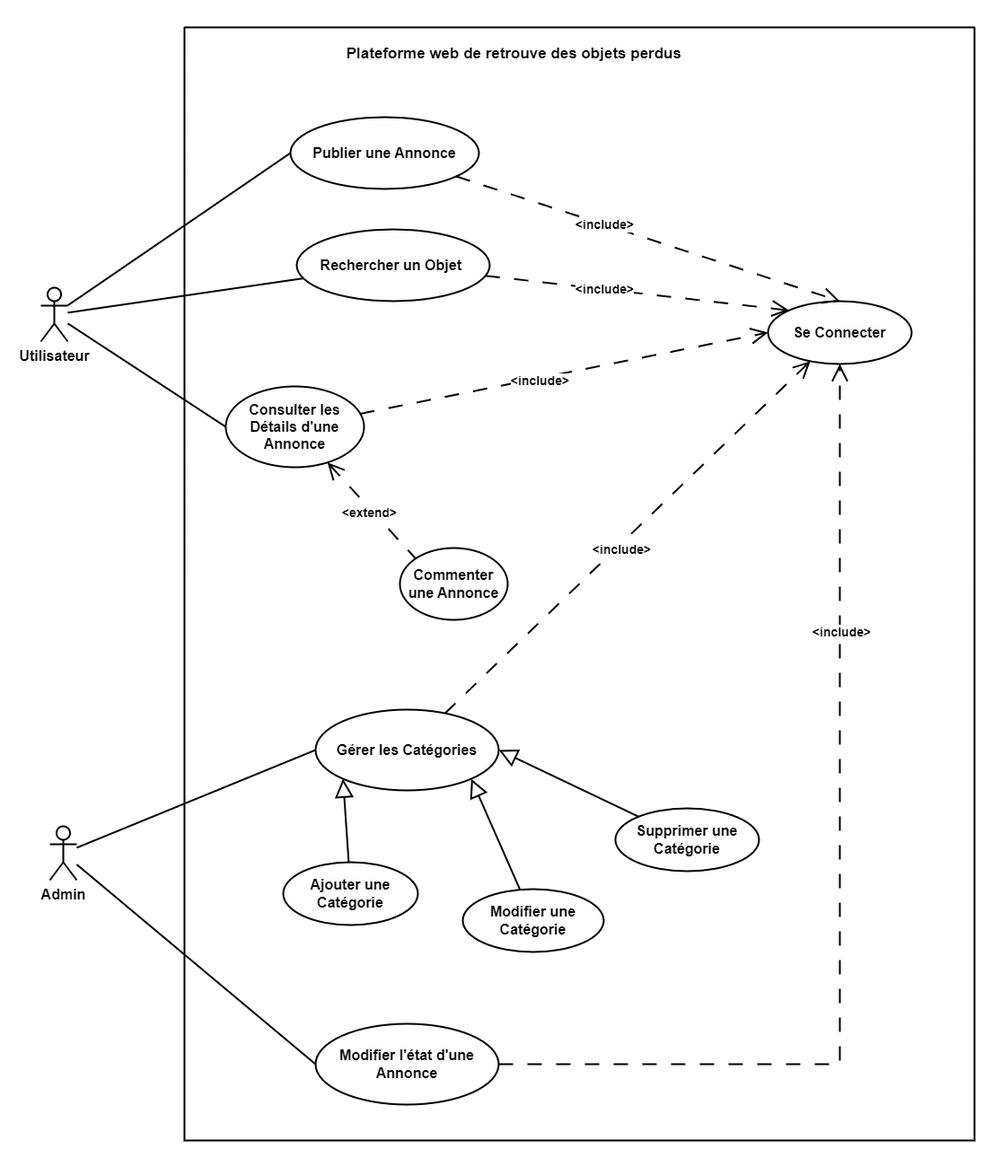
Above: diagrams/Use Case.png in ABDELHAFIDAIT/Lost-Found (draw.io), before the change. Source tidied: cells renumbered, new cells last; positions are measured from the earlier drawing's top-left corner, leaving out a move shared by most shapes.
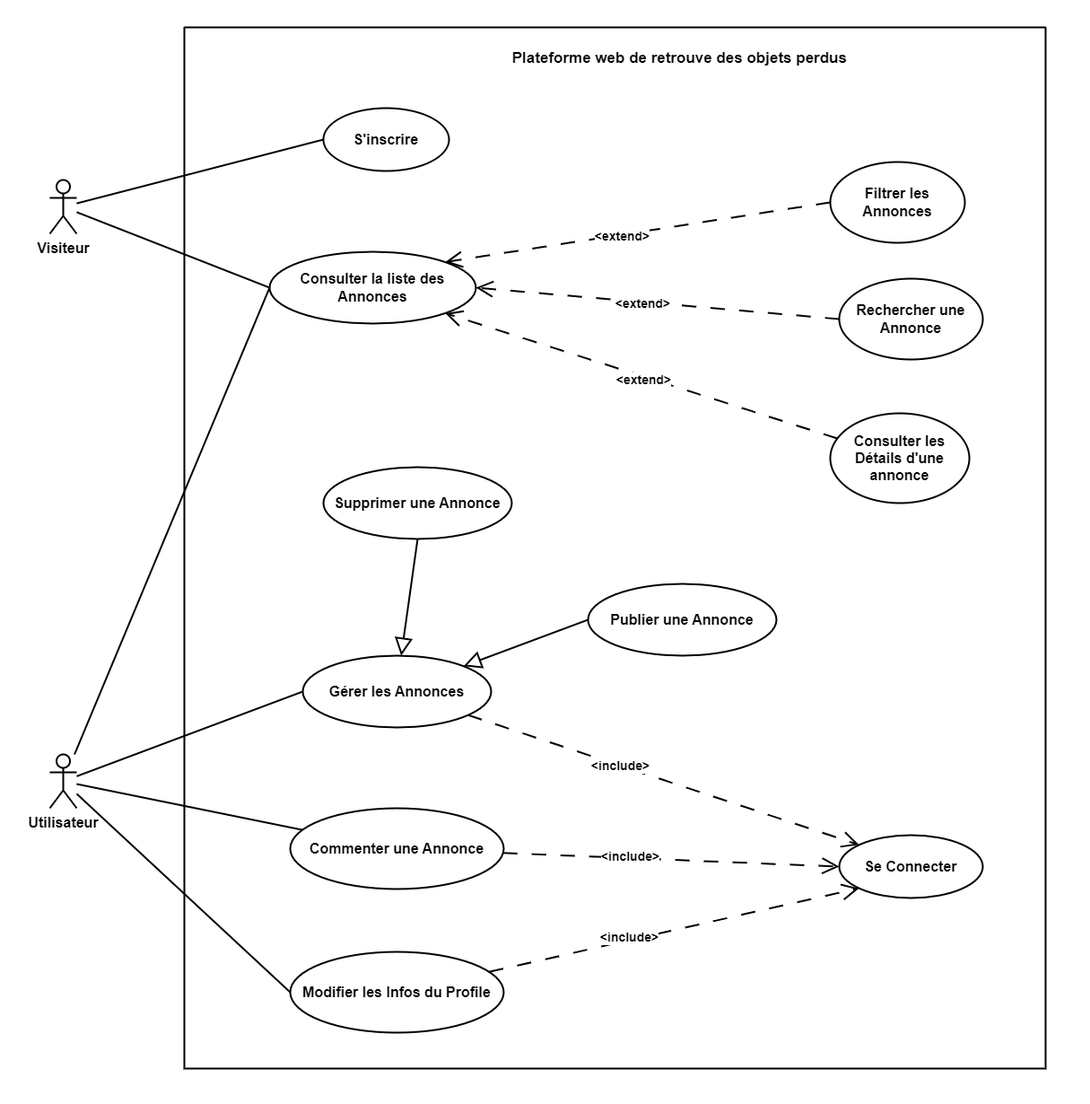
The same diagram one commit later.

What changed in the source:
```diff
@@ -3,113 +3,116 @@
     <mxCell id="0" />
     <mxCell id="1" parent="0" />
     <mxCell id="2" style="swimlane;startSize=0;strokeWidth=2;" parent="1" vertex="1">
-      <mxGeometry x="205" y="30" width="880" height="1240" as="geometry" />
+      <mxGeometry x="205" y="30" width="960" height="1160" as="geometry" />
     </mxCell>
     <mxCell id="3" value="&lt;span style=&quot;font-family: &amp;quot;Nunito Sans&amp;quot;, sans-serif; text-align: start; white-space-collapse: preserve; background-color: rgb(255, 255, 255);&quot;&gt;&lt;font style=&quot;font-size: 17px;&quot;&gt;&lt;b&gt; Plateforme web de retrouve des objets perdus&lt;/b&gt;&lt;/font&gt;&lt;/span&gt;" style="text;html=1;align=center;verticalAlign=middle;whiteSpace=wrap;rounded=0;" parent="2" vertex="1">
-      <mxGeometry x="100" y="15" width="530" height="30" as="geometry" />
+      <mxGeometry x="285" y="20" width="530" height="30" as="geometry" />
     </mxCell>
+    <mxCell id="37" value="&lt;b&gt;&lt;font style=&quot;font-size: 16px;&quot;&gt;S'inscrire&lt;/font&gt;&lt;/b&gt;" style="ellipse;whiteSpace=wrap;html=1;fillColor=none;strokeWidth=2;" parent="2" vertex="1">
+      <mxGeometry x="155" y="90" width="140" height="70" as="geometry" />
+    </mxCell>
+    <mxCell id="38" value="&lt;b&gt;&lt;font style=&quot;font-size: 16px;&quot;&gt;Consulter la liste des Annonces&lt;/font&gt;&lt;/b&gt;" style="ellipse;whiteSpace=wrap;html=1;fillColor=none;strokeWidth=2;" parent="2" vertex="1">
+      <mxGeometry x="95" y="250" width="230" height="80" as="geometry" />
+    </mxCell>
+    <mxCell id="39" style="rounded=0;jettySize=auto;html=1;entryX=1;entryY=1;entryDx=0;entryDy=0;strokeWidth=2;endArrow=open;endFill=0;endSize=15;dashed=1;dashPattern=8 8;" parent="2" edge="1" source="41" target="38">
+      <mxGeometry relative="1" as="geometry" />
+    </mxCell>
+    <mxCell id="40" value="&lt;b&gt;&lt;font style=&quot;font-size: 14px;&quot;&gt;&amp;lt;extend&amp;gt;&lt;/font&gt;&lt;/b&gt;" style="edgeLabel;html=1;align=center;verticalAlign=middle;" parent="39" vertex="1">
+      <mxGeometry x="-0.02" y="2" relative="1" as="geometry">
+        <mxPoint x="-1" as="offset" />
+      </mxGeometry>
+    </mxCell>
+    <mxCell id="41" value="&lt;b&gt;&lt;font style=&quot;font-size: 16px;&quot;&gt;Consulter les Détails d'une annonce&lt;/font&gt;&lt;/b&gt;" style="ellipse;whiteSpace=wrap;html=1;fillColor=none;strokeWidth=2;" parent="2" vertex="1">
+      <mxGeometry x="720" y="430" width="155" height="100" as="geometry" />
+    </mxCell>
+    <mxCell id="42" style="rounded=0;jettySize=auto;html=1;entryX=1;entryY=0.5;entryDx=0;entryDy=0;strokeWidth=2;endArrow=open;endFill=0;endSize=15;exitX=0;exitY=0.5;exitDx=0;exitDy=0;dashed=1;dashPattern=8 8;" parent="2" edge="1" source="44" target="38">
+      <mxGeometry relative="1" as="geometry" />
+    </mxCell>
+    <mxCell id="43" value="&lt;b&gt;&lt;font style=&quot;font-size: 14px;&quot;&gt;&amp;lt;extend&amp;gt;&lt;/font&gt;&lt;/b&gt;" style="edgeLabel;html=1;align=center;verticalAlign=middle;" parent="42" vertex="1">
+      <mxGeometry x="0.09" relative="1" as="geometry">
+        <mxPoint x="-1" as="offset" />
+      </mxGeometry>
+    </mxCell>
+    <mxCell id="44" value="&lt;b&gt;&lt;font style=&quot;font-size: 16px;&quot;&gt;Rechercher une Annonce&lt;/font&gt;&lt;/b&gt;" style="ellipse;whiteSpace=wrap;html=1;fillColor=none;strokeWidth=2;" parent="2" vertex="1">
+      <mxGeometry x="730" y="280" width="160" height="90" as="geometry" />
+    </mxCell>
+    <mxCell id="45" style="rounded=0;jettySize=auto;html=1;entryX=1;entryY=0;entryDx=0;entryDy=0;strokeWidth=2;endArrow=open;endFill=0;endSize=15;exitX=0;exitY=0.5;exitDx=0;exitDy=0;dashed=1;dashPattern=8 8;" parent="2" edge="1" source="47" target="38">
+      <mxGeometry relative="1" as="geometry" />
+    </mxCell>
+    <mxCell id="46" value="&lt;b&gt;&lt;font style=&quot;font-size: 14px;&quot;&gt;&amp;lt;extend&amp;gt;&lt;/font&gt;&lt;/b&gt;" style="edgeLabel;html=1;align=center;verticalAlign=middle;" parent="45" vertex="1">
+      <mxGeometry x="0.08" relative="1" as="geometry" />
+    </mxCell>
+    <mxCell id="47" value="&lt;b&gt;&lt;font style=&quot;font-size: 16px;&quot;&gt;Filtrer les Annonces&lt;/font&gt;&lt;/b&gt;" style="ellipse;whiteSpace=wrap;html=1;fillColor=none;strokeWidth=2;" parent="2" vertex="1">
+      <mxGeometry x="720" y="150" width="150" height="90" as="geometry" />
+    </mxCell>
-    <mxCell id="4" style="rounded=0;jettySize=auto;html=1;entryX=0.5;entryY=0;entryDx=0;entryDy=0;strokeWidth=2;dashed=1;dashPattern=8 8;endArrow=open;endFill=0;endSize=15;" parent="2" edge="1" source="6" target="20">
+    <mxCell id="4" style="rounded=0;jettySize=auto;html=1;entryX=0;entryY=0;entryDx=0;entryDy=0;strokeWidth=2;dashed=1;dashPattern=8 8;endArrow=open;endFill=0;endSize=15;" parent="2" edge="1" source="6" target="20">
       <mxGeometry relative="1" as="geometry" />
     </mxCell>
     <mxCell id="5" value="&lt;b&gt;&lt;font style=&quot;font-size: 14px;&quot;&gt;&amp;lt;include&amp;gt;&lt;/font&gt;&lt;/b&gt;" style="edgeLabel;html=1;align=center;verticalAlign=middle;" parent="4" vertex="1">
       <mxGeometry x="-0.23" y="1" relative="1" as="geometry" />
     </mxCell>
+    <mxCell id="48" style="rounded=0;jettySize=auto;html=1;entryX=0;entryY=0.5;entryDx=0;entryDy=0;endArrow=none;endFill=0;startArrow=block;startFill=0;startSize=15;strokeWidth=2;" parent="2" edge="1" source="6" target="52">
+      <mxGeometry relative="1" as="geometry" />
+    </mxCell>
+    <mxCell id="49" style="rounded=0;jettySize=auto;html=1;entryX=0.5;entryY=1;entryDx=0;entryDy=0;endArrow=none;endFill=0;startArrow=block;startFill=0;startSize=15;strokeWidth=2;" parent="2" edge="1" source="6" target="53">
+      <mxGeometry relative="1" as="geometry" />
+    </mxCell>
-    <mxCell id="6" value="&lt;b&gt;&lt;font style=&quot;font-size: 16px;&quot;&gt;Publier une Annonce&lt;/font&gt;&lt;/b&gt;" style="ellipse;whiteSpace=wrap;html=1;fillColor=none;strokeWidth=2;" parent="2" vertex="1">
-      <mxGeometry x="118" y="100" width="210" height="80" as="geometry" />
+    <mxCell id="6" value="&lt;b&gt;&lt;font style=&quot;font-size: 16px;&quot;&gt;Gérer les Annonces&lt;/font&gt;&lt;/b&gt;" style="ellipse;whiteSpace=wrap;html=1;fillColor=none;strokeWidth=2;" parent="2" vertex="1">
+      <mxGeometry x="132" y="700" width="210" height="80" as="geometry" />
     </mxCell>
-    <mxCell id="7" style="rounded=0;jettySize=auto;html=1;entryX=0;entryY=0;entryDx=0;entryDy=0;strokeWidth=2;dashed=1;dashPattern=8 8;endArrow=open;endFill=0;endSize=15;" parent="2" edge="1" source="9" target="20">
-      <mxGeometry relative="1" as="geometry" />
-    </mxCell>
-    <mxCell id="8" value="&lt;b&gt;&lt;font style=&quot;font-size: 14px;&quot;&gt;&amp;lt;include&amp;gt;&lt;/font&gt;&lt;/b&gt;" style="edgeLabel;html=1;align=center;verticalAlign=middle;" parent="7" vertex="1">
-      <mxGeometry x="-0.22" y="1" relative="1" as="geometry" />
-    </mxCell>
-    <mxCell id="9" value="&lt;span style=&quot;font-size: 16px;&quot;&gt;&lt;b&gt;Rechercher un Objet&amp;nbsp;&lt;/b&gt;&lt;/span&gt;" style="ellipse;whiteSpace=wrap;html=1;fillColor=none;strokeWidth=2;" parent="2" vertex="1">
-      <mxGeometry x="125" y="225" width="215" height="80" as="geometry" />
-    </mxCell>
+    <mxCell id="20" value="&lt;span style=&quot;font-size: 16px;&quot;&gt;&lt;b&gt;Se Connecter&lt;/b&gt;&lt;/span&gt;" style="ellipse;whiteSpace=wrap;html=1;fillColor=none;strokeWidth=2;" parent="2" vertex="1">
+      <mxGeometry x="730" y="900" width="160" height="70" as="geometry" />
+    </mxCell>
+    <mxCell id="50" style="rounded=0;jettySize=auto;html=1;entryX=0;entryY=0.5;entryDx=0;entryDy=0;endArrow=open;endFill=0;strokeWidth=2;dashed=1;dashPattern=8 8;endSize=15;" parent="2" edge="1" source="10" target="20">
+      <mxGeometry relative="1" as="geometry" />
+    </mxCell>
+    <mxCell id="51" value="&lt;b&gt;&lt;font style=&quot;font-size: 14px;&quot;&gt;&amp;lt;include&amp;gt;&lt;/font&gt;&lt;/b&gt;" style="edgeLabel;html=1;align=center;verticalAlign=middle;" parent="50" vertex="1">
+      <mxGeometry x="-0.26" y="3" relative="1" as="geometry" />
+    </mxCell>
-    <mxCell id="10" value="&lt;span style=&quot;font-size: 16px;&quot;&gt;&lt;b&gt;Commenter une Annonce&lt;/b&gt;&lt;/span&gt;" style="ellipse;whiteSpace=wrap;html=1;fillColor=none;strokeWidth=2;" parent="2" vertex="1">
-      <mxGeometry x="240" y="580" width="120" height="80" as="geometry" />
+    <mxCell id="10" value="&lt;b&gt;&lt;font style=&quot;font-size: 16px;&quot;&gt;Commenter une Annonce&lt;/font&gt;&lt;/b&gt;" style="ellipse;whiteSpace=wrap;html=1;fillColor=none;strokeWidth=2;" parent="2" vertex="1">
+      <mxGeometry x="118" y="870" width="238" height="90" as="geometry" />
     </mxCell>
-    <mxCell id="11" style="rounded=0;jettySize=auto;html=1;entryX=0;entryY=0.5;entryDx=0;entryDy=0;strokeWidth=2;dashed=1;dashPattern=8 8;endArrow=open;endFill=0;endSize=15;" parent="2" edge="1" source="15" target="20">
-      <mxGeometry relative="1" as="geometry" />
-    </mxCell>
-    <mxCell id="12" value="&lt;b&gt;&lt;font style=&quot;font-size: 14px;&quot;&gt;&amp;lt;include&amp;gt;&lt;/font&gt;&lt;/b&gt;" style="edgeLabel;html=1;align=center;verticalAlign=middle;" parent="11" vertex="1">
-      <mxGeometry x="-0.12" y="-2" relative="1" as="geometry" />
-    </mxCell>
-    <mxCell id="13" style="rounded=0;jettySize=auto;html=1;entryX=0;entryY=0;entryDx=0;entryDy=0;strokeWidth=2;dashed=1;dashPattern=8 8;endArrow=none;endFill=0;startArrow=open;startFill=0;endSize=6;startSize=15;" parent="2" edge="1" source="15" target="10">
-      <mxGeometry relative="1" as="geometry" />
-    </mxCell>
-    <mxCell id="14" value="&lt;b&gt;&lt;font style=&quot;font-size: 14px;&quot;&gt;&amp;lt;extend&amp;gt;&lt;/font&gt;&lt;/b&gt;" style="edgeLabel;html=1;align=center;verticalAlign=middle;" parent="13" vertex="1">
-      <mxGeometry x="-0.02" y="-3" relative="1" as="geometry">
-        <mxPoint y="1" as="offset" />
-      </mxGeometry>
-    </mxCell>
-    <mxCell id="15" value="&lt;span style=&quot;font-size: 16px;&quot;&gt;&lt;b&gt;Consulter les Détails d'une Annonce&lt;/b&gt;&lt;/span&gt;" style="ellipse;whiteSpace=wrap;html=1;fillColor=none;strokeWidth=2;" parent="2" vertex="1">
-      <mxGeometry x="46" y="400" width="154" height="90" as="geometry" />
-    </mxCell>
-    <mxCell id="16" style="rounded=0;jettySize=auto;html=1;strokeWidth=2;dashed=1;dashPattern=8 8;endArrow=open;endFill=0;endSize=15;" parent="2" edge="1" source="21" target="20">
-      <mxGeometry relative="1" as="geometry" />
-    </mxCell>
-    <mxCell id="17" value="&lt;b&gt;&lt;font style=&quot;font-size: 14px;&quot;&gt;&amp;lt;include&amp;gt;&lt;/font&gt;&lt;/b&gt;" style="edgeLabel;html=1;align=center;verticalAlign=middle;" parent="16" vertex="1">
-      <mxGeometry x="-0.06" y="-3" relative="1" as="geometry">
-        <mxPoint x="1" as="offset" />
-      </mxGeometry>
-    </mxCell>
-    <mxCell id="18" style="rounded=0;jettySize=auto;html=1;entryX=0.5;entryY=1;entryDx=0;entryDy=0;dashed=1;dashPattern=8 8;edgeStyle=orthogonalEdgeStyle;strokeWidth=2;endSize=15;endArrow=open;endFill=0;" parent="2" edge="1" source="22" target="20">
-      <mxGeometry relative="1" as="geometry" />
-    </mxCell>
-    <mxCell id="19" value="&lt;b&gt;&lt;font style=&quot;font-size: 14px;&quot;&gt;&amp;lt;include&amp;gt;&lt;/font&gt;&lt;/b&gt;" style="edgeLabel;html=1;align=center;verticalAlign=middle;" parent="18" vertex="1">
-      <mxGeometry x="0.49" y="-1" relative="1" as="geometry" />
-    </mxCell>
-    <mxCell id="20" value="&lt;span style=&quot;font-size: 16px;&quot;&gt;&lt;b&gt;Se Connecter&lt;/b&gt;&lt;/span&gt;" style="ellipse;whiteSpace=wrap;html=1;fillColor=none;strokeWidth=2;" parent="2" vertex="1">
-      <mxGeometry x="650" y="305" width="160" height="70" as="geometry" />
-    </mxCell>
-    <mxCell id="21" value="&lt;span style=&quot;font-size: 16px;&quot;&gt;&lt;b&gt;Gérer les Catégories&lt;/b&gt;&lt;/span&gt;" style="ellipse;whiteSpace=wrap;html=1;fillColor=none;strokeWidth=2;" parent="2" vertex="1">
-      <mxGeometry x="146" y="760" width="204" height="90" as="geometry" />
-    </mxCell>
-    <mxCell id="22" value="&lt;span style=&quot;font-size: 16px;&quot;&gt;&lt;b&gt;Modifier l'état d'une Annonce&lt;/b&gt;&lt;/span&gt;" style="ellipse;whiteSpace=wrap;html=1;fillColor=none;strokeWidth=2;" parent="2" vertex="1">
-      <mxGeometry x="146" y="1110" width="204" height="90" as="geometry" />
-    </mxCell>
-    <mxCell id="23" style="rounded=0;jettySize=auto;html=1;entryX=0;entryY=1;entryDx=0;entryDy=0;endArrow=block;endFill=0;endSize=16;strokeWidth=2;" parent="2" edge="1" source="24" target="21">
-      <mxGeometry relative="1" as="geometry" />
-    </mxCell>
-    <mxCell id="24" value="&lt;span style=&quot;font-size: 16px;&quot;&gt;&lt;b&gt;Ajouter une Catégorie&lt;/b&gt;&lt;/span&gt;" style="ellipse;whiteSpace=wrap;html=1;fillColor=none;strokeWidth=2;" parent="2" vertex="1">
-      <mxGeometry x="110" y="930" width="150" height="70" as="geometry" />
-    </mxCell>
-    <mxCell id="25" style="rounded=0;jettySize=auto;html=1;entryX=1;entryY=1;entryDx=0;entryDy=0;endArrow=block;endFill=0;endSize=16;strokeWidth=2;" parent="2" edge="1" source="26" target="21">
-      <mxGeometry relative="1" as="geometry" />
-    </mxCell>
-    <mxCell id="26" value="&lt;span style=&quot;font-size: 16px;&quot;&gt;&lt;b&gt;Modifier une Catégorie&lt;/b&gt;&lt;/span&gt;" style="ellipse;whiteSpace=wrap;html=1;fillColor=none;strokeWidth=2;" parent="2" vertex="1">
-      <mxGeometry x="310" y="960" width="157" height="70" as="geometry" />
-    </mxCell>
-    <mxCell id="27" style="rounded=0;jettySize=auto;html=1;entryX=1;entryY=0.5;entryDx=0;entryDy=0;endArrow=block;endFill=0;endSize=16;strokeWidth=2;" parent="2" edge="1" source="28" target="21">
-      <mxGeometry relative="1" as="geometry" />
-    </mxCell>
-    <mxCell id="28" value="&lt;span style=&quot;font-size: 16px;&quot;&gt;&lt;b&gt;Supprimer une Catégorie&lt;/b&gt;&lt;/span&gt;" style="ellipse;whiteSpace=wrap;html=1;fillColor=none;strokeWidth=2;" parent="2" vertex="1">
-      <mxGeometry x="480" y="870" width="160" height="70" as="geometry" />
-    </mxCell>
-    <mxCell id="29" style="rounded=0;jettySize=auto;html=1;entryX=0;entryY=0.5;entryDx=0;entryDy=0;endArrow=none;endFill=0;strokeWidth=2;" parent="2" edge="1" source="31" target="21">
-      <mxGeometry relative="1" as="geometry" />
-    </mxCell>
-    <mxCell id="30" style="rounded=0;jettySize=auto;html=1;entryX=0;entryY=0.5;entryDx=0;entryDy=0;endArrow=none;endFill=0;strokeWidth=2;" parent="2" edge="1" source="31" target="22">
-      <mxGeometry relative="1" as="geometry" />
-    </mxCell>
-    <mxCell id="31" value="&lt;font style=&quot;font-size: 16px;&quot;&gt;&lt;b style=&quot;&quot;&gt;Admin&lt;/b&gt;&lt;/font&gt;" style="shape=umlActor;verticalLabelPosition=bottom;verticalAlign=top;html=1;outlineConnect=0;strokeWidth=2;" parent="2" vertex="1">
-      <mxGeometry x="-150" y="890" width="30" height="60" as="geometry" />
-    </mxCell>
+    <mxCell id="52" value="&lt;b&gt;&lt;font style=&quot;font-size: 16px;&quot;&gt;Publier une Annonce&lt;/font&gt;&lt;/b&gt;" style="ellipse;whiteSpace=wrap;html=1;fillColor=none;strokeWidth=2;" parent="2" vertex="1">
+      <mxGeometry x="450" y="620" width="210" height="80" as="geometry" />
+    </mxCell>
+    <mxCell id="53" value="&lt;b&gt;&lt;font style=&quot;font-size: 16px;&quot;&gt;Supprimer une Annonce&lt;/font&gt;&lt;/b&gt;" style="ellipse;whiteSpace=wrap;html=1;fillColor=none;strokeWidth=2;" parent="2" vertex="1">
+      <mxGeometry x="155" y="490" width="210" height="80" as="geometry" />
+    </mxCell>
+    <mxCell id="54" style="rounded=0;jettySize=auto;html=1;entryX=0;entryY=1;entryDx=0;entryDy=0;endArrow=open;endFill=0;strokeWidth=2;dashed=1;dashPattern=8 8;endSize=15;" parent="2" edge="1" source="56" target="20">
+      <mxGeometry relative="1" as="geometry" />
+    </mxCell>
+    <mxCell id="55" value="&lt;b&gt;&lt;font style=&quot;font-size: 14px;&quot;&gt;&amp;lt;include&amp;gt;&lt;/font&gt;&lt;/b&gt;" style="edgeLabel;html=1;align=center;verticalAlign=middle;" parent="54" vertex="1">
+      <mxGeometry x="-0.24" y="5" relative="1" as="geometry" />
+    </mxCell>
+    <mxCell id="56" value="&lt;b&gt;&lt;font style=&quot;font-size: 16px;&quot;&gt;Modifier les Infos du Profile&lt;/font&gt;&lt;/b&gt;" style="ellipse;whiteSpace=wrap;html=1;fillColor=none;strokeWidth=2;" parent="2" vertex="1">
+      <mxGeometry x="118" y="1030" width="238" height="90" as="geometry" />
+    </mxCell>
+    <mxCell id="36" style="rounded=0;whiteSpace=wrap;html=1;fillColor=none;strokeColor=none;" parent="1" vertex="1">
+      <mxGeometry width="1215" height="1230" as="geometry" />
+    </mxCell>
+    <mxCell id="57" style="rounded=0;jettySize=auto;html=1;entryX=0;entryY=0.5;entryDx=0;entryDy=0;endArrow=none;endFill=0;strokeWidth=2;" parent="1" edge="1" source="59" target="38">
+      <mxGeometry relative="1" as="geometry" />
+    </mxCell>
+    <mxCell id="58" style="rounded=0;jettySize=auto;html=1;entryX=0;entryY=0.5;entryDx=0;entryDy=0;endArrow=none;endFill=0;strokeWidth=2;" parent="1" edge="1" source="59" target="37">
+      <mxGeometry relative="1" as="geometry" />
+    </mxCell>
+    <mxCell id="59" value="&lt;font style=&quot;font-size: 16px;&quot;&gt;&lt;b style=&quot;&quot;&gt;Visiteur&lt;/b&gt;&lt;/font&gt;" style="shape=umlActor;verticalLabelPosition=bottom;verticalAlign=top;html=1;outlineConnect=0;strokeWidth=2;" parent="1" vertex="1">
+      <mxGeometry x="55" y="200" width="30" height="60" as="geometry" />
+    </mxCell>
+    <mxCell id="60" style="rounded=0;jettySize=auto;html=1;entryX=0;entryY=0.5;entryDx=0;entryDy=0;endArrow=none;endFill=0;strokeWidth=2;" parent="1" edge="1" source="35" target="38">
+      <mxGeometry relative="1" as="geometry" />
+    </mxCell>
+    <mxCell id="61" style="rounded=0;jettySize=auto;html=1;entryX=0;entryY=0.5;entryDx=0;entryDy=0;endArrow=none;endFill=0;strokeWidth=2;" parent="1" edge="1" source="35" target="56">
+      <mxGeometry relative="1" as="geometry" />
+    </mxCell>
+    <mxCell id="35" value="&lt;font style=&quot;font-size: 16px;&quot;&gt;&lt;b style=&quot;&quot;&gt;Utilisateur&lt;/b&gt;&lt;/font&gt;" style="shape=umlActor;verticalLabelPosition=bottom;verticalAlign=top;html=1;outlineConnect=0;strokeWidth=2;" parent="1" vertex="1">
+      <mxGeometry x="55" y="840" width="30" height="60" as="geometry" />
+    </mxCell>
     <mxCell id="32" style="rounded=0;jettySize=auto;html=1;entryX=0;entryY=0.5;entryDx=0;entryDy=0;endArrow=none;endFill=0;strokeWidth=2;" parent="1" edge="1" source="35" target="6">
       <mxGeometry relative="1" as="geometry" />
     </mxCell>
-    <mxCell id="33" style="rounded=0;jettySize=auto;html=1;endArrow=none;endFill=0;strokeWidth=2;" parent="1" edge="1" source="35" target="9">
-      <mxGeometry relative="1" as="geometry" />
-    </mxCell>
-    <mxCell id="34" style="rounded=0;jettySize=auto;html=1;entryX=0;entryY=0.5;entryDx=0;entryDy=0;endArrow=none;endFill=0;strokeWidth=2;" parent="1" edge="1" source="35" target="15">
-      <mxGeometry relative="1" as="geometry" />
-    </mxCell>
-    <mxCell id="35" value="&lt;font style=&quot;font-size: 16px;&quot;&gt;&lt;b style=&quot;&quot;&gt;Utilisateur&lt;/b&gt;&lt;/font&gt;" style="shape=umlActor;verticalLabelPosition=bottom;verticalAlign=top;html=1;outlineConnect=0;strokeWidth=2;" parent="1" vertex="1">
-      <mxGeometry x="45" y="320" width="30" height="60" as="geometry" />
-    </mxCell>
-    <mxCell id="36" style="rounded=0;whiteSpace=wrap;html=1;fillColor=none;strokeColor=none;" parent="1" vertex="1">
-      <mxGeometry width="1105" height="1290" as="geometry" />
-    </mxCell>
+    <mxCell id="62" style="rounded=0;jettySize=auto;html=1;strokeWidth=2;endArrow=none;endFill=0;" parent="1" edge="1" source="35" target="10">
+      <mxGeometry relative="1" as="geometry" />
+    </mxCell>
   </root>
 </mxGraphModel>
```
